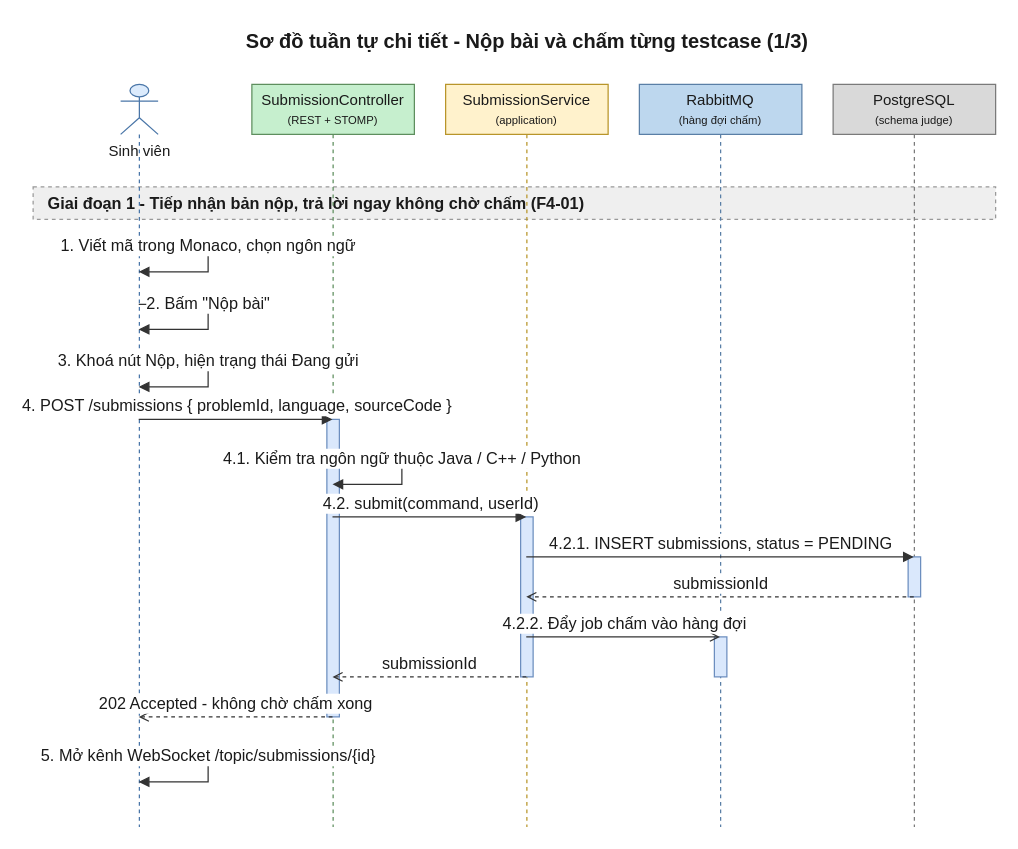
Earlier version of the draw.io diagram 08-diagram/sequence/user/sequence_user_nop_bai_va_xem_ket_qua_realtime_p1.drawio (daiphu1801/PRJ_ALGOPREP). Source tidied: cells renumbered, new cells numbered last; positions are measured from the earlier drawing's top-left corner, leaving out a move shared by most shapes. Both pictures are drawn from the tidied source at 125%, with x=0, y=0 at pixel (32, 21).
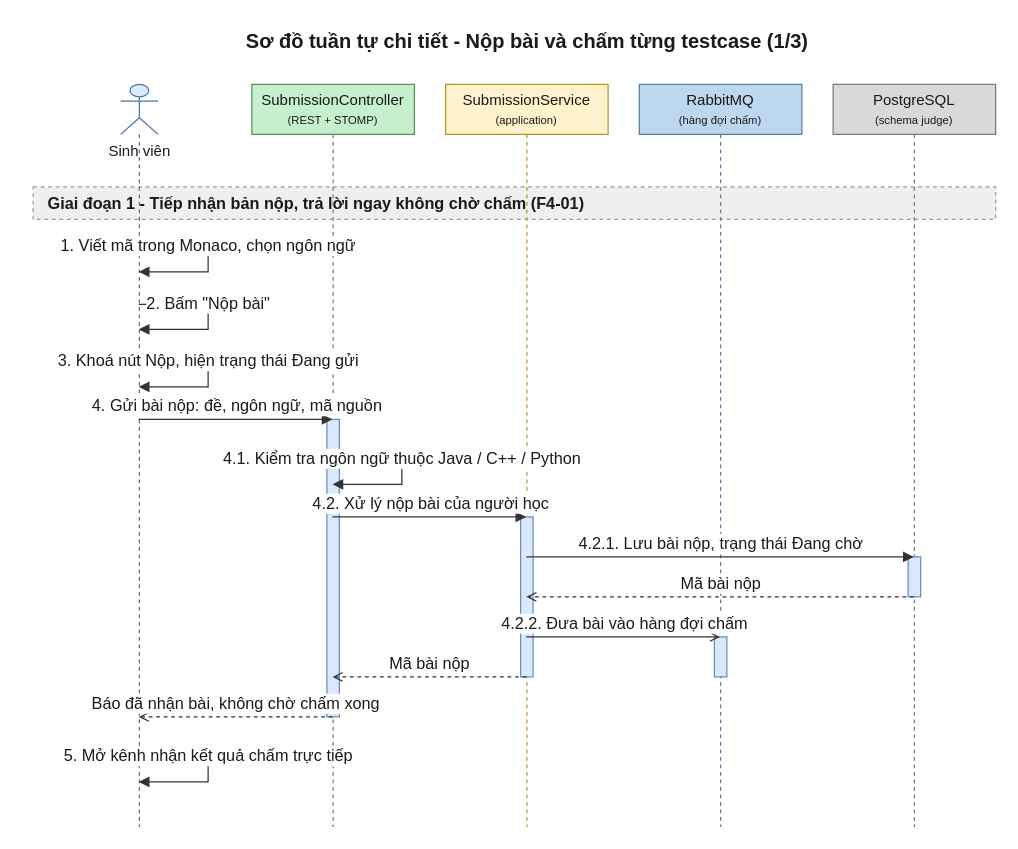
Above is the later version.

Unchanged cells that the change refers to:
```xml
<mxCell id="4" value="Sinh viên" style="shape=umlLifeline;participant=umlActor;perimeter=lifelinePerimeter;html=1;outlineConnect=0;size=40;verticalAlign=top;spacingTop=40;fillColor=#DCEBFC;strokeColor=#4A76A8;fontColor=#1A1A1A;" parent="1" vertex="1">
  <mxGeometry x="70" y="50" width="30" height="594" as="geometry" />
</mxCell>
<mxCell id="5" value="SubmissionController&lt;br&gt;&lt;font style=&quot;font-size:9px&quot;&gt;(REST + STOMP)&lt;/font&gt;" style="shape=umlLifeline;perimeter=lifelinePerimeter;whiteSpace=wrap;html=1;outlineConnect=0;size=40;fillColor=#C6EFCE;strokeColor=#5E8E5E;fontColor=#1A1A1A;" parent="1" vertex="1">
  <mxGeometry x="175" y="50" width="130" height="594" as="geometry" />
</mxCell>
<mxCell id="6" value="SubmissionService&lt;br&gt;&lt;font style=&quot;font-size:9px&quot;&gt;(application)&lt;/font&gt;" style="shape=umlLifeline;perimeter=lifelinePerimeter;whiteSpace=wrap;html=1;outlineConnect=0;size=40;fillColor=#FFF2CC;strokeColor=#B8952A;fontColor=#1A1A1A;" parent="1" vertex="1">
  <mxGeometry x="330" y="50" width="130" height="594" as="geometry" />
</mxCell>
<mxCell id="7" value="RabbitMQ&lt;br&gt;&lt;font style=&quot;font-size:9px&quot;&gt;(hàng đợi chấm)&lt;/font&gt;" style="shape=umlLifeline;perimeter=lifelinePerimeter;whiteSpace=wrap;html=1;outlineConnect=0;size=40;fillColor=#BDD7EE;strokeColor=#5A7FA6;fontColor=#1A1A1A;" parent="1" vertex="1">
  <mxGeometry x="485" y="50" width="130" height="594" as="geometry" />
</mxCell>
<mxCell id="8" value="PostgreSQL&lt;br&gt;&lt;font style=&quot;font-size:9px&quot;&gt;(schema judge)&lt;/font&gt;" style="shape=umlLifeline;perimeter=lifelinePerimeter;whiteSpace=wrap;html=1;outlineConnect=0;size=40;fillColor=#D9D9D9;strokeColor=#7A7A7A;fontColor=#1A1A1A;" parent="1" vertex="1">
  <mxGeometry x="640" y="50" width="130" height="594" as="geometry" />
</mxCell>
```

What changed in the source:
```diff
@@
-    <mxCell id="16" value="4. POST /submissions { problemId, language, sourceCode }" style="edgeStyle=none;html=1;endArrow=block;endFill=1;strokeColor=#333333;fontColor=#1A1A1A;fontSize=13;verticalAlign=bottom;exitX=0.5;exitY=0.4512;exitDx=0;exitDy=0;entryX=0.5;entryY=0.4512;entryDx=0;entryDy=0;" parent="1" edge="1" source="4" target="5">
+    <mxCell id="16" value="4. Gửi bài nộp: đề, ngôn ngữ, mã nguồn" style="edgeStyle=none;html=1;endArrow=block;endFill=1;strokeColor=#333333;fontColor=#1A1A1A;fontSize=13;verticalAlign=bottom;exitX=0.5;exitY=0.4512;exitDx=0;exitDy=0;entryX=0.5;entryY=0.4512;entryDx=0;entryDy=0;" parent="1" edge="1" source="4" target="5">
       <mxGeometry relative="1" as="geometry" />
     </mxCell>
@@
-    <mxCell id="18" value="4.2. submit(command, userId)" style="edgeStyle=none;html=1;endArrow=block;endFill=1;strokeColor=#333333;fontColor=#1A1A1A;fontSize=13;verticalAlign=bottom;exitX=0.5;exitY=0.5825;exitDx=0;exitDy=0;entryX=0.5;entryY=0.5825;entryDx=0;entryDy=0;" parent="1" edge="1" source="5" target="6">
+    <mxCell id="18" value="4.2. Xử lý nộp bài của người học" style="edgeStyle=none;html=1;endArrow=block;endFill=1;strokeColor=#333333;fontColor=#1A1A1A;fontSize=13;verticalAlign=bottom;exitX=0.5;exitY=0.5825;exitDx=0;exitDy=0;entryX=0.5;entryY=0.5825;entryDx=0;entryDy=0;" parent="1" edge="1" source="5" target="6">
       <mxGeometry relative="1" as="geometry" />
     </mxCell>
-    <mxCell id="19" value="4.2.1. INSERT submissions, status = PENDING" style="edgeStyle=none;html=1;endArrow=block;endFill=1;strokeColor=#333333;fontColor=#1A1A1A;fontSize=13;verticalAlign=bottom;exitX=0.5;exitY=0.6364;exitDx=0;exitDy=0;entryX=0.5;entryY=0.6364;entryDx=0;entryDy=0;" parent="1" edge="1" source="6" target="8">
+    <mxCell id="19" value="4.2.1. Lưu bài nộp, trạng thái Đang chờ" style="edgeStyle=none;html=1;endArrow=block;endFill=1;strokeColor=#333333;fontColor=#1A1A1A;fontSize=13;verticalAlign=bottom;exitX=0.5;exitY=0.6364;exitDx=0;exitDy=0;entryX=0.5;entryY=0.6364;entryDx=0;entryDy=0;" parent="1" edge="1" source="6" target="8">
       <mxGeometry relative="1" as="geometry" />
     </mxCell>
-    <mxCell id="20" value="submissionId" style="edgeStyle=none;html=1;endArrow=open;endFill=0;dashed=1;strokeColor=#333333;fontColor=#1A1A1A;fontSize=13;verticalAlign=bottom;exitX=0.5;exitY=0.6902;exitDx=0;exitDy=0;entryX=0.5;entryY=0.6902;entryDx=0;entryDy=0;" parent="1" edge="1" source="8" target="6">
+    <mxCell id="20" value="Mã bài nộp" style="edgeStyle=none;html=1;endArrow=open;endFill=0;dashed=1;strokeColor=#333333;fontColor=#1A1A1A;fontSize=13;verticalAlign=bottom;exitX=0.5;exitY=0.6902;exitDx=0;exitDy=0;entryX=0.5;entryY=0.6902;entryDx=0;entryDy=0;" parent="1" edge="1" source="8" target="6">
       <mxGeometry relative="1" as="geometry" />
     </mxCell>
-    <mxCell id="21" value="4.2.2. Đẩy job chấm vào hàng đợi" style="edgeStyle=none;html=1;endArrow=open;endFill=0;strokeColor=#333333;fontColor=#1A1A1A;fontSize=13;verticalAlign=bottom;exitX=0.5;exitY=0.7441;exitDx=0;exitDy=0;entryX=0.5;entryY=0.7441;entryDx=0;entryDy=0;" parent="1" edge="1" source="6" target="7">
+    <mxCell id="21" value="4.2.2. Đưa bài vào hàng đợi chấm" style="edgeStyle=none;html=1;endArrow=open;endFill=0;strokeColor=#333333;fontColor=#1A1A1A;fontSize=13;verticalAlign=bottom;exitX=0.5;exitY=0.7441;exitDx=0;exitDy=0;entryX=0.5;entryY=0.7441;entryDx=0;entryDy=0;" parent="1" edge="1" source="6" target="7">
       <mxGeometry relative="1" as="geometry" />
     </mxCell>
-    <mxCell id="22" value="submissionId" style="edgeStyle=none;html=1;endArrow=open;endFill=0;dashed=1;strokeColor=#333333;fontColor=#1A1A1A;fontSize=13;verticalAlign=bottom;exitX=0.5;exitY=0.7980;exitDx=0;exitDy=0;entryX=0.5;entryY=0.7980;entryDx=0;entryDy=0;" parent="1" edge="1" source="6" target="5">
+    <mxCell id="22" value="Mã bài nộp" style="edgeStyle=none;html=1;endArrow=open;endFill=0;dashed=1;strokeColor=#333333;fontColor=#1A1A1A;fontSize=13;verticalAlign=bottom;exitX=0.5;exitY=0.7980;exitDx=0;exitDy=0;entryX=0.5;entryY=0.7980;entryDx=0;entryDy=0;" parent="1" edge="1" source="6" target="5">
       <mxGeometry relative="1" as="geometry" />
     </mxCell>
-    <mxCell id="23" value="202 Accepted - không chờ chấm xong" style="edgeStyle=none;html=1;endArrow=open;endFill=0;dashed=1;strokeColor=#333333;fontColor=#1A1A1A;fontSize=13;verticalAlign=bottom;exitX=0.5;exitY=0.8519;exitDx=0;exitDy=0;entryX=0.5;entryY=0.8519;entryDx=0;entryDy=0;" parent="1" edge="1" source="5" target="4">
+    <mxCell id="23" value="Báo đã nhận bài, không chờ chấm xong" style="edgeStyle=none;html=1;endArrow=open;endFill=0;dashed=1;strokeColor=#333333;fontColor=#1A1A1A;fontSize=13;verticalAlign=bottom;exitX=0.5;exitY=0.8519;exitDx=0;exitDy=0;entryX=0.5;entryY=0.8519;entryDx=0;entryDy=0;" parent="1" edge="1" source="5" target="4">
       <mxGeometry relative="1" as="geometry" />
     </mxCell>
-    <mxCell id="24" value="5. Mở kênh WebSocket /topic/submissions/{id}" style="edgeStyle=orthogonalEdgeStyle;rounded=0;html=1;endArrow=block;endFill=1;strokeColor=#333333;fontColor=#1A1A1A;fontSize=13;verticalAlign=bottom;exitX=0.5;exitY=0.9057;exitDx=0;exitDy=0;entryX=0.5;entryY=0.9394;entryDx=0;entryDy=0;" parent="1" edge="1" source="4" target="4">
+    <mxCell id="24" value="5. Mở kênh nhận kết quả chấm trực tiếp" style="edgeStyle=orthogonalEdgeStyle;rounded=0;html=1;endArrow=block;endFill=1;strokeColor=#333333;fontColor=#1A1A1A;fontSize=13;verticalAlign=bottom;exitX=0.5;exitY=0.9057;exitDx=0;exitDy=0;entryX=0.5;entryY=0.9394;entryDx=0;entryDy=0;" parent="1" edge="1" source="4" target="4">
       <mxGeometry relative="1" as="geometry">
         <Array as="points">
           <mxPoint x="140" y="588" />
           <mxPoint x="140" y="608" />
         </Array>
       </mxGeometry>
     </mxCell>
```
